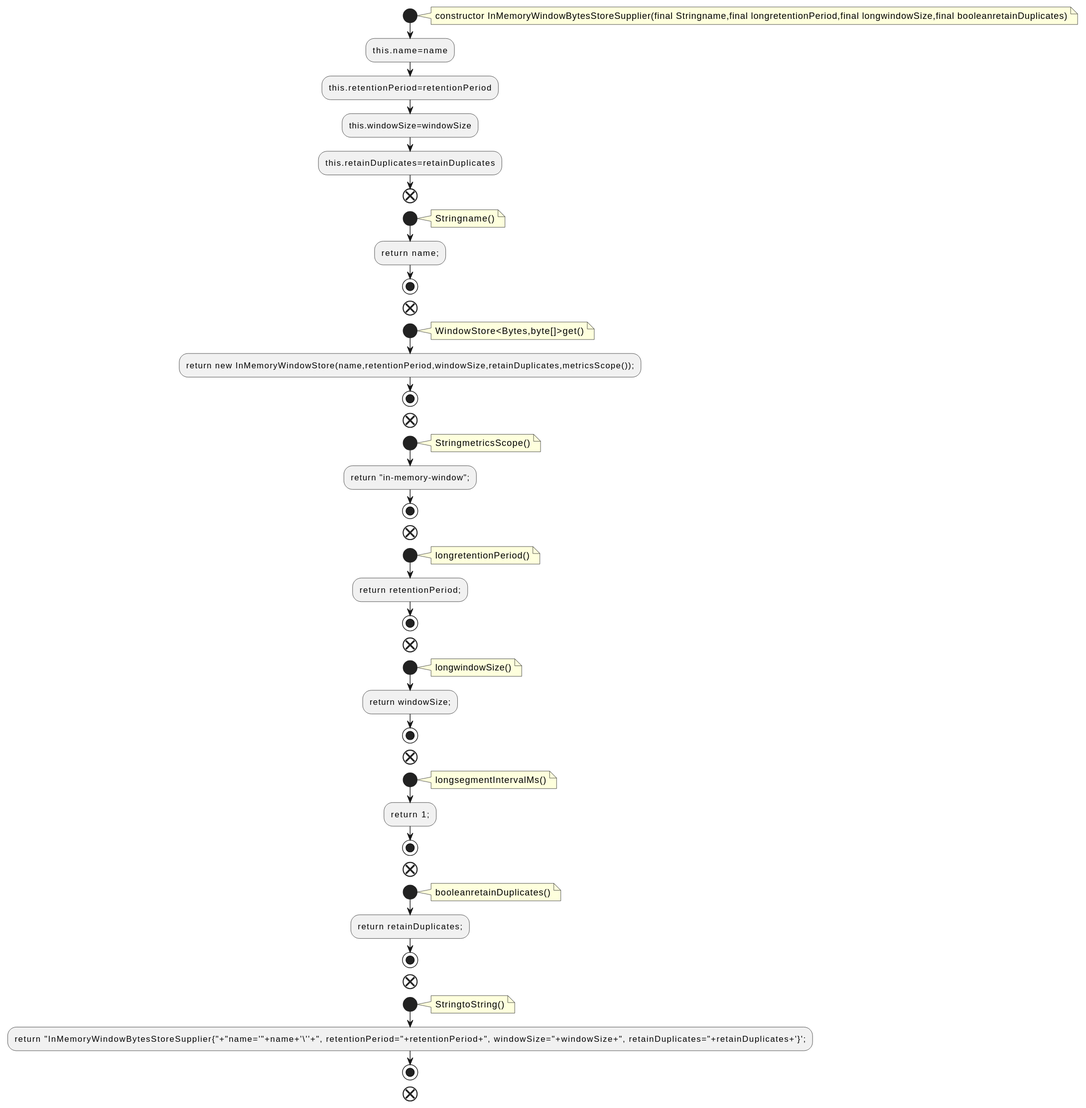
This is docs/qc/streams/src/main/java/org/apache/kafka/streams/state/internals/InMemoryWindowBytesStoreSupplier.java.fct.svg from qualitesys/kafka, a PlantUML export, as it was before one commit. Source of this version:
```plantuml
@startuml
!pragma layout smetana
start
note right
constructor InMemoryWindowBytesStoreSupplier(final Stringname,final longretentionPeriod,final longwindowSize,final booleanretainDuplicates)
end note
:this.name=name;
:this.retentionPeriod=retentionPeriod;
:this.windowSize=windowSize;
:this.retainDuplicates=retainDuplicates;
end
start
note right
Stringname()
end note
:return name;;
stop
end
start
note right
WindowStore<Bytes,byte[]>get()
end note
:return new InMemoryWindowStore(name,retentionPeriod,windowSize,retainDuplicates,metricsScope());;
stop
end
start
note right
StringmetricsScope()
end note
:return "in-memory-window";;
stop
end
start
note right
longretentionPeriod()
end note
:return retentionPeriod;;
stop
end
start
note right
longwindowSize()
end note
:return windowSize;;
stop
end
start
note right
longsegmentIntervalMs()
end note
:return 1;;
stop
end
start
note right
booleanretainDuplicates()
end note
:return retainDuplicates;;
stop
end
start
note right
StringtoString()
end note
:return "InMemoryWindowBytesStoreSupplier{"+"name='"+name+'\''+", retentionPeriod="+retentionPeriod+", windowSize="+windowSize+", retainDuplicates="+retainDuplicates+'}';;
stop
end
@enduml
```
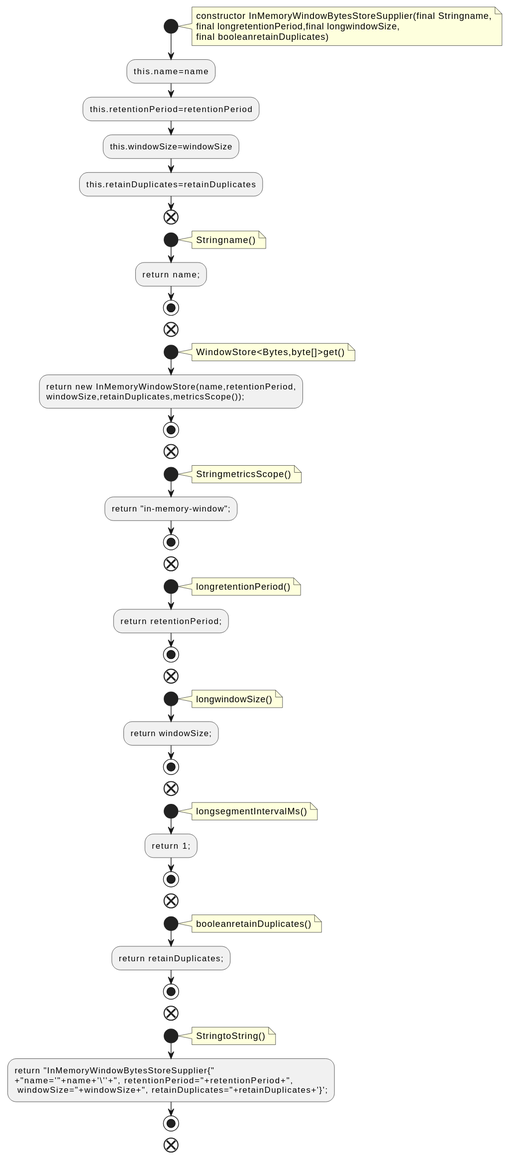
The same diagram one commit later.

Diff of the diagram source:
```diff
@@ -2,7 +2,9 @@
 !pragma layout smetana
 start
 note right
-constructor InMemoryWindowBytesStoreSupplier(final Stringname,final longretentionPeriod,final longwindowSize,final booleanretainDuplicates)
+constructor InMemoryWindowBytesStoreSupplier(final Stringname,
+final longretentionPeriod,final longwindowSize,
+final booleanretainDuplicates)
 end note
 :this.name=name;
 :this.retentionPeriod=retentionPeriod;
@@ -20,7 +22,8 @@
 note right
 WindowStore<Bytes,byte[]>get()
 end note
-:return new InMemoryWindowStore(name,retentionPeriod,windowSize,retainDuplicates,metricsScope());;
+:return new InMemoryWindowStore(name,retentionPeriod,
+windowSize,retainDuplicates,metricsScope());;
 stop
 end
 start
@@ -62,7 +65,9 @@
 note right
 StringtoString()
 end note
-:return "InMemoryWindowBytesStoreSupplier{"+"name='"+name+'\''+", retentionPeriod="+retentionPeriod+", windowSize="+windowSize+", retainDuplicates="+retainDuplicates+'}';;
+:return "InMemoryWindowBytesStoreSupplier{"
++"name='"+name+'\''+", retentionPeriod="+retentionPeriod+",
+ windowSize="+windowSize+", retainDuplicates="+retainDuplicates+'}';;
 stop
 end
 @enduml
```
